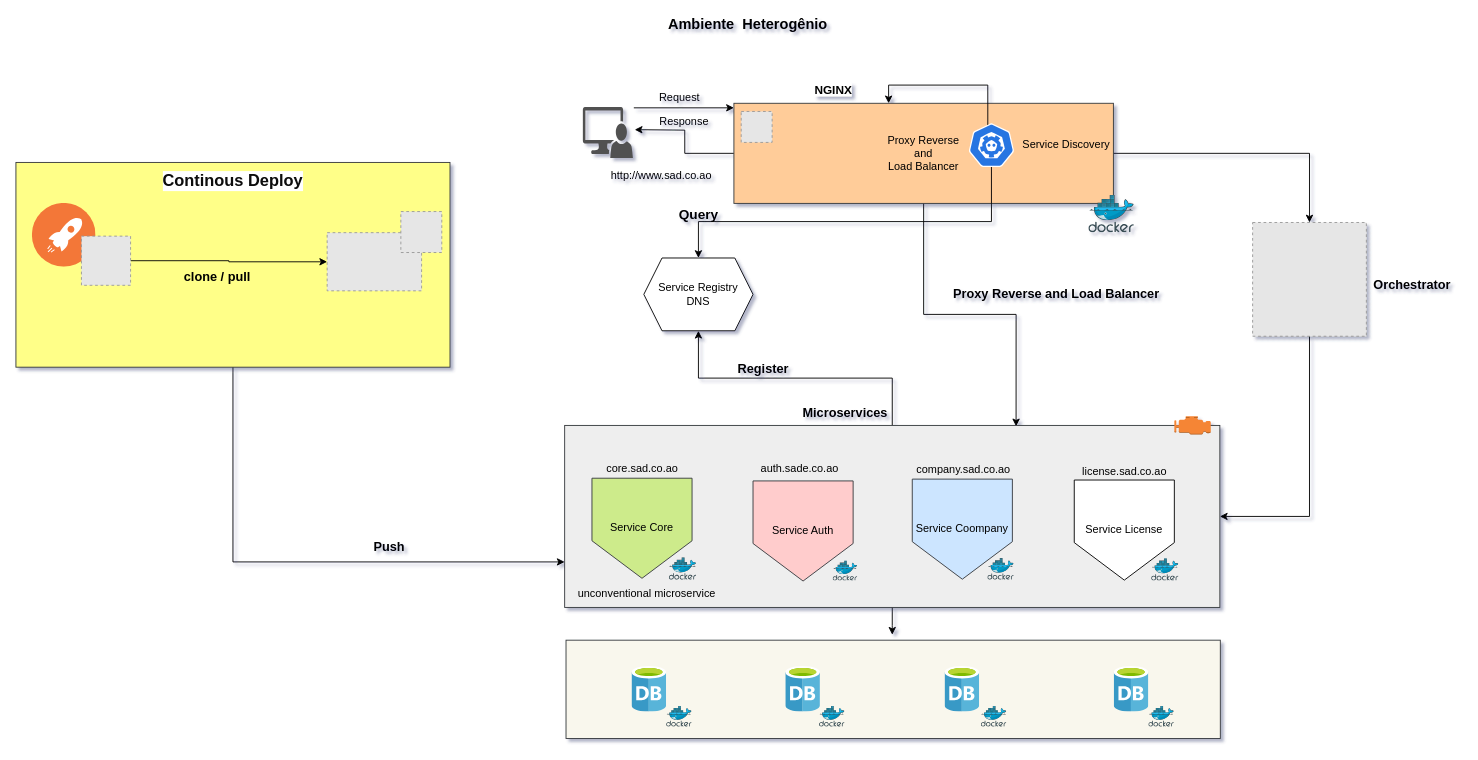
Earlier version of the draw.io diagram Arquitetura heterogênia.drawio (angolarti/microsservicos). Source tidied: cells renumbered, new cells numbered last; positions are measured from the earlier drawing's top-left corner, leaving out a move shared by most shapes. Both pictures are drawn from the tidied source at 91%, with x=0, y=0 at pixel (15, 15). Pictures stored in the file or linked from it are replaced by grey dashed boxes.
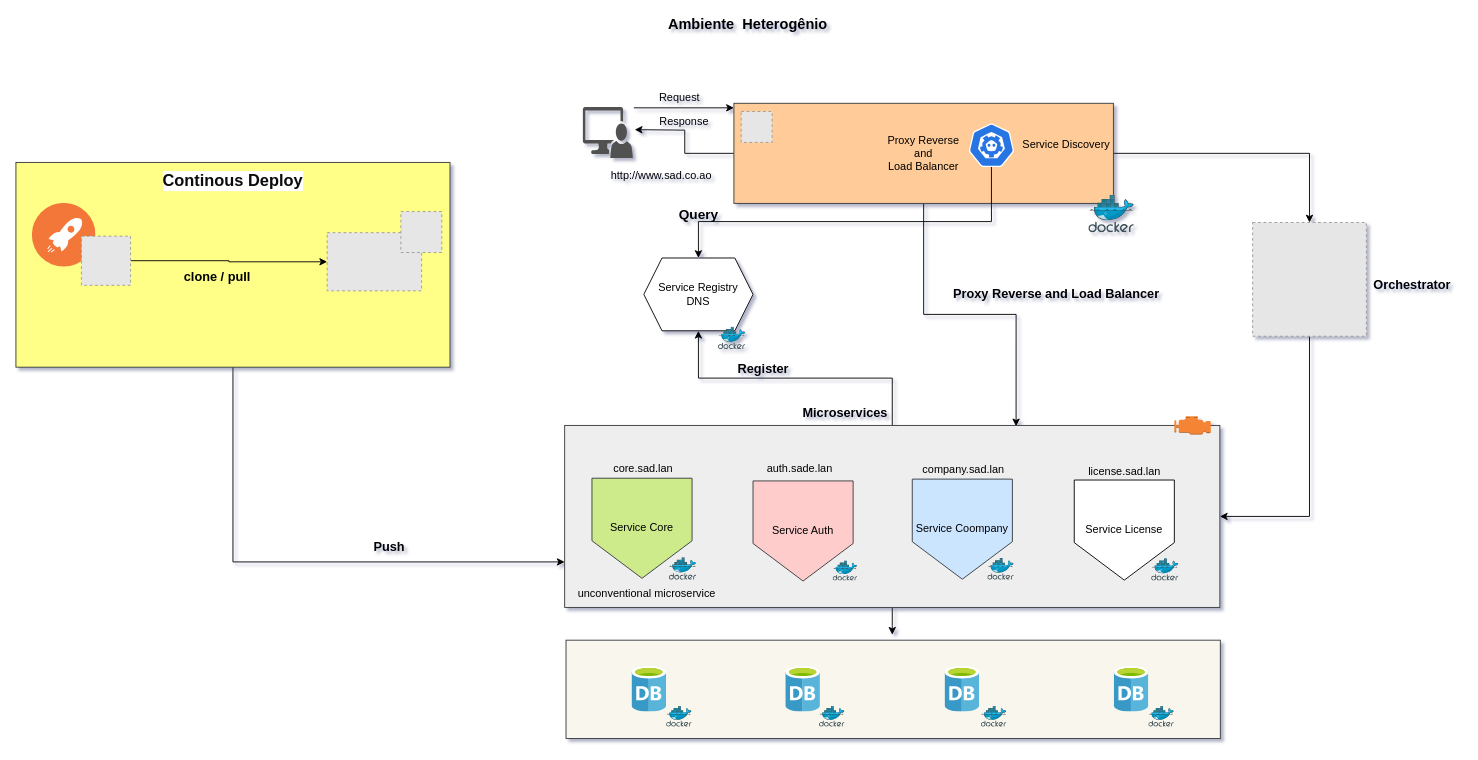
After the change.

Unchanged cells that the change refers to:
```xml
<mxCell id="5" value="&lt;div&gt;Proxy Reverse&lt;/div&gt;&lt;div&gt;and&lt;/div&gt;&lt;div&gt;Load Balancer&lt;br&gt;&lt;/div&gt;" style="rounded=0;whiteSpace=wrap;html=1;fillColor=#ffcc99;strokeColor=#36393d;align=center;" parent="1" vertex="1">
  <mxGeometry x="789" y="96" width="417" height="110" as="geometry" />
</mxCell>
```

The edit, as a diff of the source:
```diff
@@
-    <mxCell id="17" style="edgeStyle=orthogonalEdgeStyle;rounded=0;jettySize=auto;html=1;align=center;" parent="1" edge="1" target="5">
-      <mxGeometry relative="1" as="geometry">
-        <mxPoint x="1068" y="151" as="sourcePoint" />
-        <Array as="points">
-          <mxPoint x="1068" y="76" />
-          <mxPoint x="959" y="76" />
-        </Array>
-      </mxGeometry>
-    </mxCell>
-    <mxCell id="18" value="&lt;font style=&quot;font-size: 13px&quot;&gt;&lt;b&gt;NGINX&lt;/b&gt;&lt;/font&gt;" style="edgeLabel;html=1;align=center;verticalAlign=middle;" parent="17" vertex="1">
-      <mxGeometry x="0.47" y="-4" relative="1" as="geometry">
-        <mxPoint x="-96" y="8" as="offset" />
-      </mxGeometry>
-    </mxCell>
@@
-    <mxCell id="20" value="core.sad.co.ao" style="text;html=1;align=center;verticalAlign=middle;strokeColor=none;" parent="1" vertex="1">
-      <mxGeometry x="643" y="489" width="90" height="18" as="geometry" />
+    <mxCell id="20" value="core.sad.lan" style="text;html=1;align=center;verticalAlign=middle;strokeColor=none;" parent="1" vertex="1">
+      <mxGeometry x="648" y="489" width="81" height="18" as="geometry" />
     </mxCell>
-    <mxCell id="21" value="auth.sade.co.ao" style="text;html=1;align=center;verticalAlign=middle;strokeColor=none;" parent="1" vertex="1">
-      <mxGeometry x="811" y="489" width="99" height="18" as="geometry" />
+    <mxCell id="21" value="auth.sade.lan" style="text;html=1;align=center;verticalAlign=middle;strokeColor=none;" parent="1" vertex="1">
+      <mxGeometry x="816" y="489" width="90" height="18" as="geometry" />
     </mxCell>
-    <mxCell id="22" value="company.sad.co.ao" style="text;html=1;align=center;verticalAlign=middle;strokeColor=none;" parent="1" vertex="1">
-      <mxGeometry x="982" y="490" width="117" height="18" as="geometry" />
+    <mxCell id="22" value="company.sad.lan" style="text;html=1;align=center;verticalAlign=middle;strokeColor=none;" parent="1" vertex="1">
+      <mxGeometry x="987" y="490" width="108" height="18" as="geometry" />
     </mxCell>
-    <mxCell id="23" value="license.sad.co.ao" style="text;html=1;align=center;verticalAlign=middle;strokeColor=none;" parent="1" vertex="1">
-      <mxGeometry x="1164" y="492" width="108" height="18" as="geometry" />
+    <mxCell id="23" value="license.sad.lan" style="text;html=1;align=center;verticalAlign=middle;strokeColor=none;" parent="1" vertex="1">
+      <mxGeometry x="1173" y="492" width="90" height="18" as="geometry" />
     </mxCell>
@@
+    <mxCell id="62" style="html=1;align=center;image;fontSize=12;image=img/lib/mscae/Docker.svg;whiteSpace=wrap;" parent="1" vertex="1">
+      <mxGeometry x="772" y="342" width="30" height="24.6" as="geometry" />
+    </mxCell>
```
